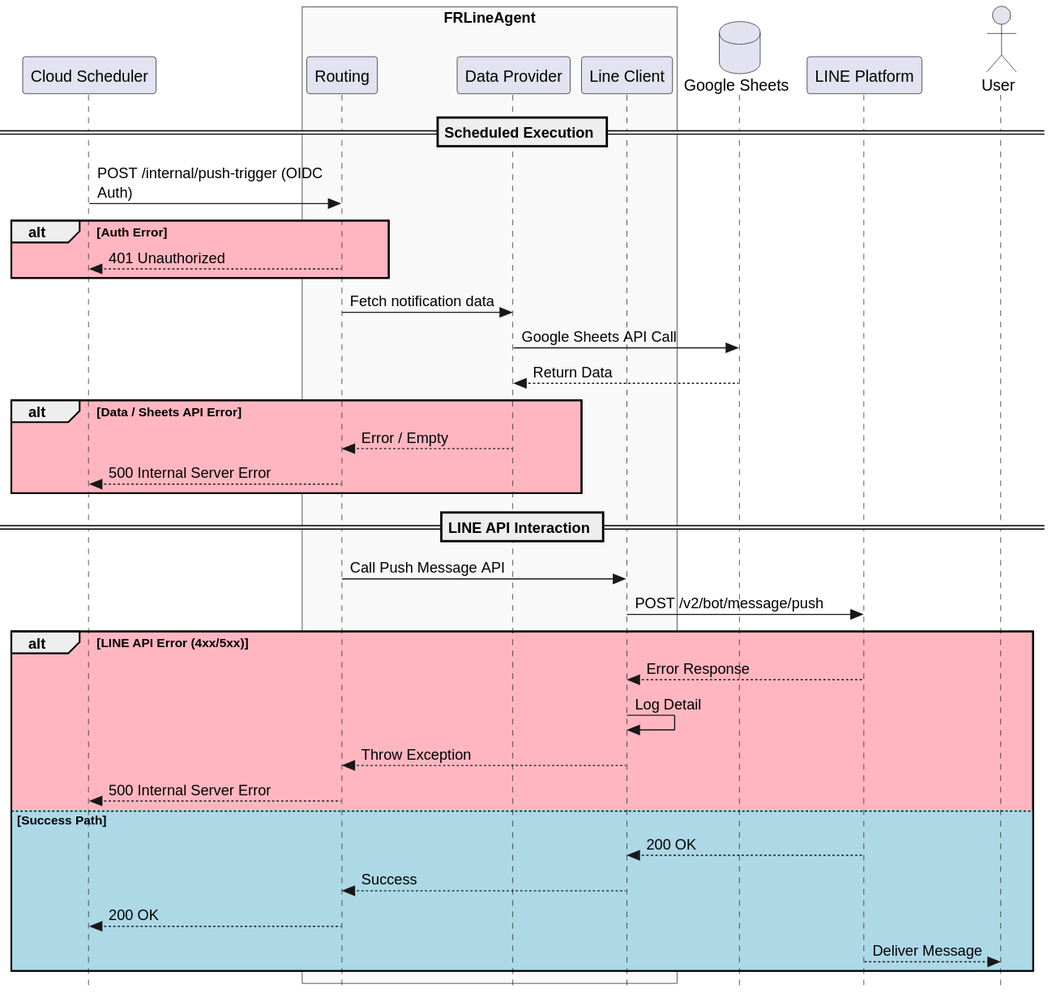
Above: docs/designs/images/sequence_push_notification.svg in sallyluenoa/FRLineAgent (PlantUML), before the change. Source of this version:
```plantuml
@startuml
skinparam style strictuml
skinparam MaxMessageSize 200

participant "Cloud Scheduler" as Scheduler
box "FRLineAgent" #f9f9f9
    participant Routing
    participant "Data Provider" as Sheets
    participant "Line Client" as Client
end box
database "Google Sheets" as GSheets
participant "LINE Platform" as LINE
actor User

== Scheduled Execution ==

Scheduler -> Routing: POST /internal/push-trigger (OIDC Auth)

alt #LightPink Auth Error
    Routing --> Scheduler: 401 Unauthorized
end

Routing -> Sheets: Fetch notification data
Sheets -> GSheets: Google Sheets API Call
GSheets --> Sheets: Return Data

alt #LightPink Data / Sheets API Error
    Sheets --> Routing: Error / Empty
    Routing --> Scheduler: 500 Internal Server Error
end

== LINE API Interaction ==

Routing -> Client: Call Push Message API
Client -> LINE: POST /v2/bot/message/push

alt #LightPink LINE API Error (4xx/5xx)
    LINE --> Client: Error Response
    Client -> Client: Log Detail
    Client --> Routing: Throw Exception
    Routing --> Scheduler: 500 Internal Server Error
else #LightBlue Success Path
    LINE --> Client: 200 OK
    Client --> Routing: Success
    Routing --> Scheduler: 200 OK
    LINE --> User: Deliver Message
end
@enduml
```
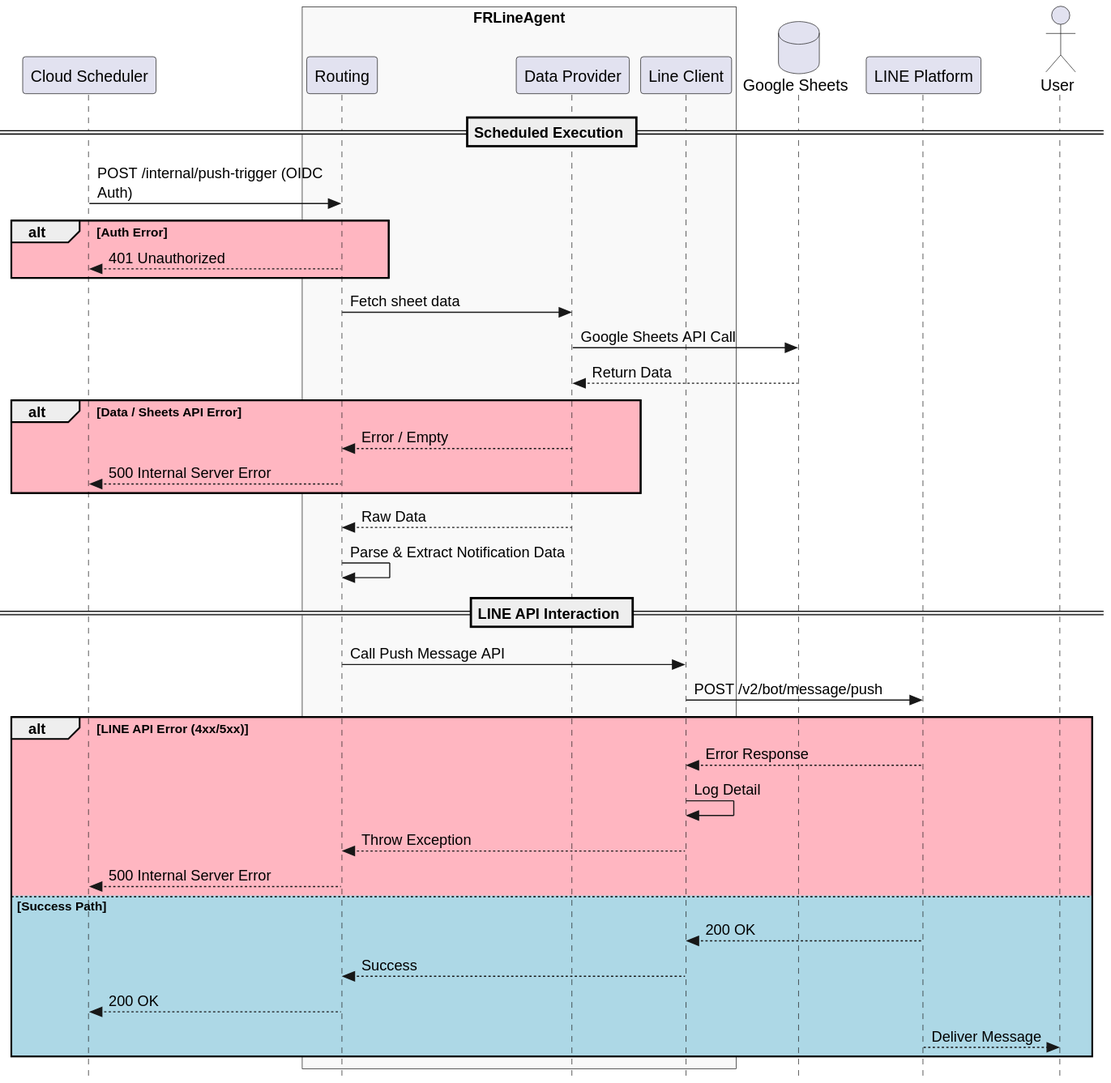
The same file after the commit.

The edit, as a diff of the source:
```diff
@@ -20,7 +20,7 @@
     Routing --> Scheduler: 401 Unauthorized
 end
 
-Routing -> Sheets: Fetch notification data
+Routing -> Sheets: Fetch sheet data
 Sheets -> GSheets: Google Sheets API Call
 GSheets --> Sheets: Return Data
 
@@ -28,6 +28,9 @@
     Sheets --> Routing: Error / Empty
     Routing --> Scheduler: 500 Internal Server Error
 end
+
+Sheets --> Routing: Raw Data
+Routing -> Routing: Parse & Extract Notification Data
 
 == LINE API Interaction ==
 
```
